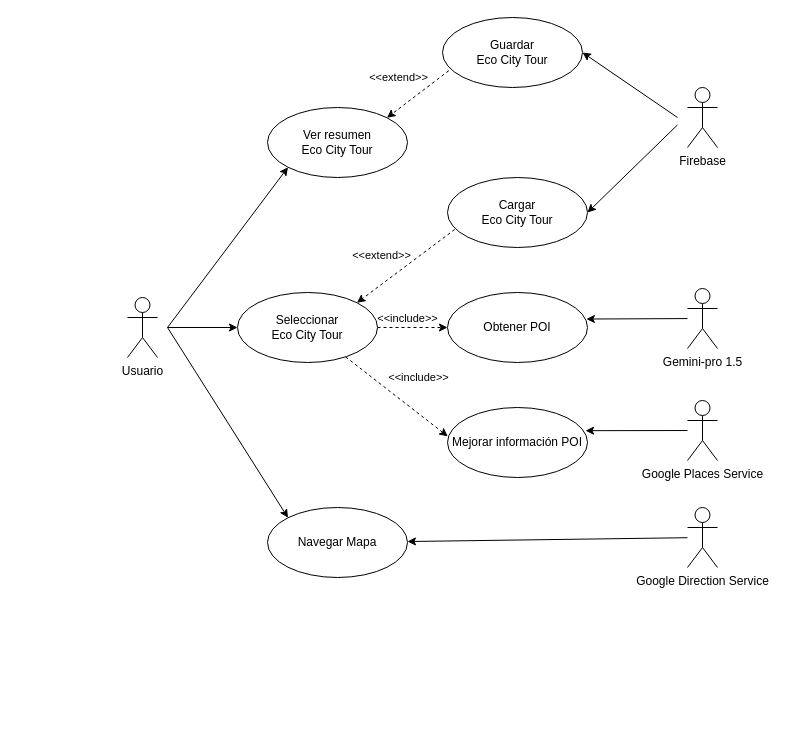
This is project-docs/memoriaTFGII_FPisot/diagrams/casos_de_usos.drawio from fps1001/TFGII_FPisot, a draw.io file, before an edit. Source tidied: cells renumbered, new cells numbered last; positions are measured from the earlier drawing's top-left corner, leaving out a move shared by most shapes. Both pictures are drawn from the tidied source at 100%, with x=0, y=0 at pixel (127, 17).
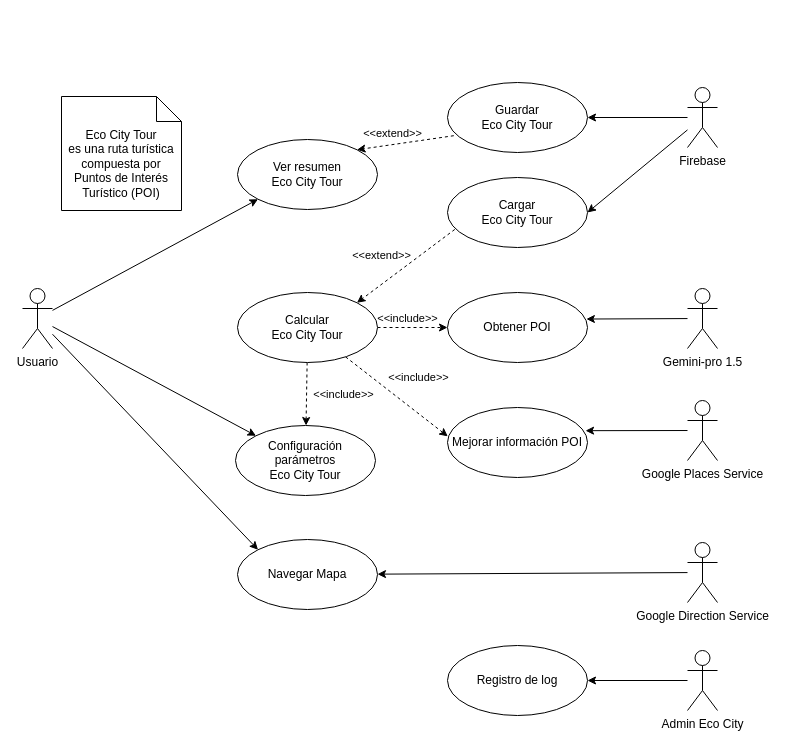
After the change.

Commit message (it also covers changes not shown here):
#58 Modificación en diagramas de CU y Clases

Unchanged cells that the change refers to:
```xml
<mxCell id="23" value="Cargar&lt;br&gt;Eco City Tour" style="ellipse;whiteSpace=wrap;html=1;" parent="1" vertex="1">
  <mxGeometry x="320" y="160" width="140" height="70" as="geometry" />
</mxCell>
<mxCell id="29" value="Firebase" style="shape=umlActor;html=1;verticalLabelPosition=bottom;verticalAlign=top;align=center;" parent="1" vertex="1">
  <mxGeometry x="560" y="70" width="30" height="60" as="geometry" />
</mxCell>
```

Change to the diagram source:
```diff
@@
+    <mxCell id="30" style="edgeStyle=none;html=1;dashed=1;" parent="1" edge="1" source="6" target="36">
+      <mxGeometry relative="1" as="geometry" />
+    </mxCell>
-    <mxCell id="6" value="Seleccionar&lt;br&gt;Eco City Tour" style="ellipse;whiteSpace=wrap;html=1;" parent="1" vertex="1">
+    <mxCell id="6" value="Calcular&lt;br&gt;Eco City Tour" style="ellipse;whiteSpace=wrap;html=1;" parent="1" vertex="1">
       <mxGeometry x="110" y="275" width="140" height="70" as="geometry" />
     </mxCell>
-    <mxCell id="7" style="edgeStyle=none;html=1;entryX=0;entryY=0.5;entryDx=0;entryDy=0;" parent="1" edge="1" target="6">
-      <mxGeometry relative="1" as="geometry">
-        <mxPoint x="40" y="310" as="sourcePoint" />
-      </mxGeometry>
-    </mxCell>
-    <mxCell id="8" style="edgeStyle=none;html=1;entryX=0;entryY=0;entryDx=0;entryDy=0;" parent="1" edge="1" target="11">
-      <mxGeometry relative="1" as="geometry">
-        <mxPoint x="40" y="310" as="sourcePoint" />
-      </mxGeometry>
+    <mxCell id="8" style="edgeStyle=none;html=1;entryX=0;entryY=0;entryDx=0;entryDy=0;" parent="1" edge="1" source="10" target="11">
+      <mxGeometry relative="1" as="geometry" />
     </mxCell>
-    <mxCell id="9" style="edgeStyle=none;html=1;entryX=0;entryY=1;entryDx=0;entryDy=0;" parent="1" edge="1" target="12">
-      <mxGeometry relative="1" as="geometry">
-        <mxPoint x="40" y="310" as="sourcePoint" />
-      </mxGeometry>
+    <mxCell id="9" style="edgeStyle=none;html=1;entryX=0;entryY=1;entryDx=0;entryDy=0;" parent="1" edge="1" source="10" target="12">
+      <mxGeometry relative="1" as="geometry" />
     </mxCell>
+    <mxCell id="31" style="edgeStyle=none;html=1;entryX=0;entryY=0;entryDx=0;entryDy=0;" parent="1" edge="1" source="10" target="36">
+      <mxGeometry relative="1" as="geometry" />
+    </mxCell>
     <mxCell id="10" value="Usuario" style="shape=umlActor;html=1;verticalLabelPosition=bottom;verticalAlign=top;align=center;" parent="1" vertex="1">
-      <mxGeometry y="280" width="30" height="60" as="geometry" />
+      <mxGeometry x="-105" y="271" width="30" height="60" as="geometry" />
     </mxCell>
     <mxCell id="11" value="Navegar Mapa" style="ellipse;whiteSpace=wrap;html=1;" parent="1" vertex="1">
-      <mxGeometry x="140" y="490" width="140" height="70" as="geometry" />
+      <mxGeometry x="110" y="522" width="140" height="70" as="geometry" />
     </mxCell>
     <mxCell id="12" value="Ver resumen &lt;br&gt;Eco City Tour" style="ellipse;whiteSpace=wrap;html=1;" parent="1" vertex="1">
-      <mxGeometry x="140" y="90" width="140" height="70" as="geometry" />
+      <mxGeometry x="110" y="122" width="140" height="70" as="geometry" />
     </mxCell>
@@
     <mxCell id="20" value="Google Direction Service" style="shape=umlActor;html=1;verticalLabelPosition=bottom;verticalAlign=top;align=center;" parent="1" vertex="1">
-      <mxGeometry x="560" y="490" width="30" height="60" as="geometry" />
+      <mxGeometry x="560" y="525" width="30" height="60" as="geometry" />
     </mxCell>
@@
     <mxCell id="26" value="Guardar&lt;br&gt;Eco City Tour" style="ellipse;whiteSpace=wrap;html=1;" parent="1" vertex="1">
-      <mxGeometry x="315" width="140" height="70" as="geometry" />
+      <mxGeometry x="320" y="65" width="140" height="70" as="geometry" />
     </mxCell>
-    <mxCell id="27" style="edgeStyle=none;html=1;entryX=1;entryY=0.5;entryDx=0;entryDy=0;" parent="1" edge="1" target="26">
-      <mxGeometry relative="1" as="geometry">
-        <mxPoint x="550" y="100" as="sourcePoint" />
-      </mxGeometry>
+    <mxCell id="27" style="edgeStyle=none;html=1;entryX=1;entryY=0.5;entryDx=0;entryDy=0;" parent="1" edge="1" source="29" target="26">
+      <mxGeometry relative="1" as="geometry" />
     </mxCell>
-    <mxCell id="28" style="edgeStyle=none;html=1;entryX=1;entryY=0.5;entryDx=0;entryDy=0;" parent="1" edge="1" target="23">
-      <mxGeometry relative="1" as="geometry">
-        <mxPoint x="550" y="107.4" as="sourcePoint" />
-      </mxGeometry>
+    <mxCell id="28" style="edgeStyle=none;html=1;entryX=1;entryY=0.5;entryDx=0;entryDy=0;" parent="1" edge="1" source="29" target="23">
+      <mxGeometry relative="1" as="geometry" />
     </mxCell>
@@
+    <mxCell id="32" style="edgeStyle=none;html=1;entryX=1;entryY=0.5;entryDx=0;entryDy=0;" parent="1" edge="1" source="33" target="34">
+      <mxGeometry relative="1" as="geometry" />
+    </mxCell>
+    <mxCell id="33" value="Admin Eco City" style="shape=umlActor;html=1;verticalLabelPosition=bottom;verticalAlign=top;align=center;" parent="1" vertex="1">
+      <mxGeometry x="560" y="633" width="30" height="60" as="geometry" />
+    </mxCell>
+    <mxCell id="34" value="Registro de log" style="ellipse;whiteSpace=wrap;html=1;" parent="1" vertex="1">
+      <mxGeometry x="320" y="628" width="140" height="70" as="geometry" />
+    </mxCell>
+    <mxCell id="35" value="Eco City Tour &lt;br&gt;es una ruta turística compuesta por Puntos de Interés Turístico (POI)" style="shape=note2;boundedLbl=1;whiteSpace=wrap;html=1;size=25;verticalAlign=top;align=center;" parent="1" vertex="1">
+      <mxGeometry x="-66" y="79" width="120" height="114" as="geometry" />
+    </mxCell>
+    <mxCell id="36" value="Configuración&lt;br&gt;parámetros&lt;br&gt;Eco City Tour" style="ellipse;whiteSpace=wrap;html=1;" parent="1" vertex="1">
+      <mxGeometry x="108" y="408" width="140" height="70" as="geometry" />
+    </mxCell>
+    <mxCell id="37" value="&amp;lt;&amp;lt;include&amp;gt;&amp;gt;" style="edgeLabel;html=1;align=center;verticalAlign=middle;" parent="1" vertex="1">
+      <mxGeometry x="215" y="376" as="geometry" />
+    </mxCell>
```
